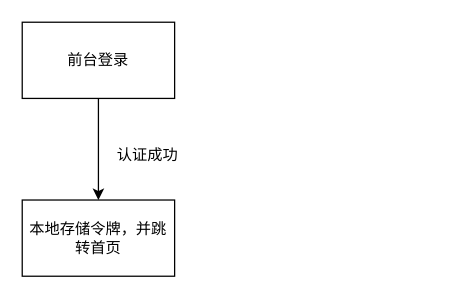
Saiable/drawio keeps this draw.io diagram as 数据资产管理平台_详设.drawio. Above is the earlier version. Source tidied: cells renumbered, new cells numbered last; positions are measured from the earlier drawing's top-left corner, leaving out a move shared by most shapes. Both pictures are drawn from the tidied source at 127%, with x=0, y=0 at pixel (22, 22).
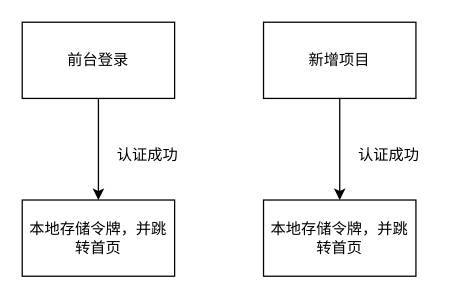
After the change.

Commit message:
更新数据资产管理平台_详设.drawio

The edit, as a diff of the source:
```diff
@@
 <mxGraphModel>
   <root>
     <mxCell id="0" />
     <mxCell id="1" parent="0" />
     <mxCell id="2" style="edgeStyle=orthogonalEdgeStyle;rounded=0;jettySize=auto;html=1;" parent="1" edge="1" source="3" target="4">
       <mxGeometry relative="1" as="geometry" />
     </mxCell>
     <mxCell id="3" value="前台登录" style="rounded=0;whiteSpace=wrap;html=1;" parent="1" vertex="1">
       <mxGeometry width="120" height="60" as="geometry" />
     </mxCell>
     <mxCell id="4" value="本地存储令牌，并跳转首页" style="whiteSpace=wrap;html=1;rounded=0;" parent="1" vertex="1">
       <mxGeometry y="140" width="120" height="60" as="geometry" />
     </mxCell>
     <mxCell id="5" value="认证成功" style="text;html=1;strokeColor=none;fillColor=none;align=center;verticalAlign=middle;whiteSpace=wrap;rounded=0;" parent="1" vertex="1">
       <mxGeometry x="69" y="90" width="60" height="30" as="geometry" />
     </mxCell>
+    <mxCell id="6" style="edgeStyle=orthogonalEdgeStyle;rounded=0;jettySize=auto;html=1;" parent="1" edge="1" source="7" target="8">
+      <mxGeometry relative="1" as="geometry" />
+    </mxCell>
+    <mxCell id="7" value="新增项目" style="rounded=0;whiteSpace=wrap;html=1;" parent="1" vertex="1">
+      <mxGeometry x="190" width="120" height="60" as="geometry" />
+    </mxCell>
+    <mxCell id="8" value="本地存储令牌，并跳转首页" style="whiteSpace=wrap;html=1;rounded=0;" parent="1" vertex="1">
+      <mxGeometry x="190" y="140" width="120" height="60" as="geometry" />
+    </mxCell>
+    <mxCell id="9" value="认证成功" style="text;html=1;strokeColor=none;fillColor=none;align=center;verticalAlign=middle;whiteSpace=wrap;rounded=0;" parent="1" vertex="1">
+      <mxGeometry x="259" y="90" width="60" height="30" as="geometry" />
+    </mxCell>
   </root>
 </mxGraphModel>
```
